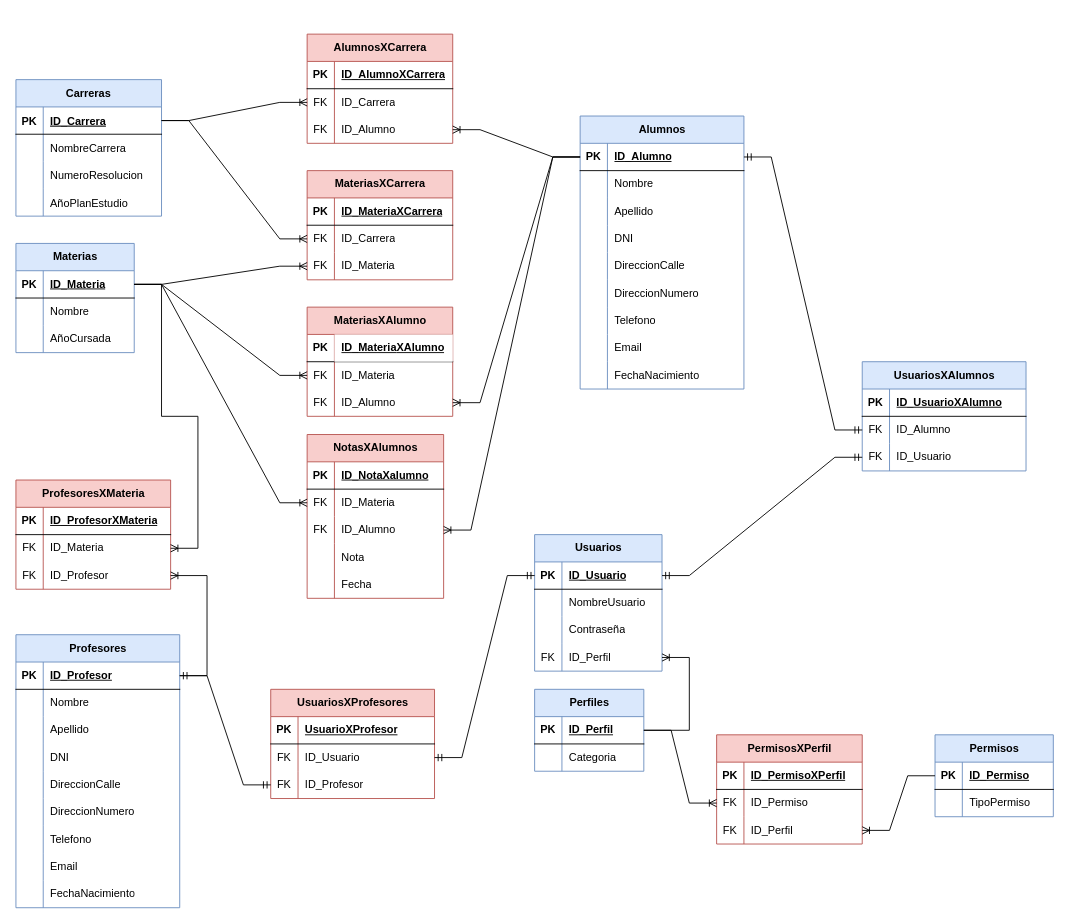
LeoTolussoG/Hilet keeps this draw.io diagram as Proyecto final/Diagrama sin título.drawio. Above is the earlier version. Source tidied: cells renumbered, new cells numbered last; positions are measured from the earlier drawing's top-left corner, leaving out a move shared by most shapes. Both pictures are drawn from the tidied source at 91%, with x=0, y=0 at pixel (15, 34).
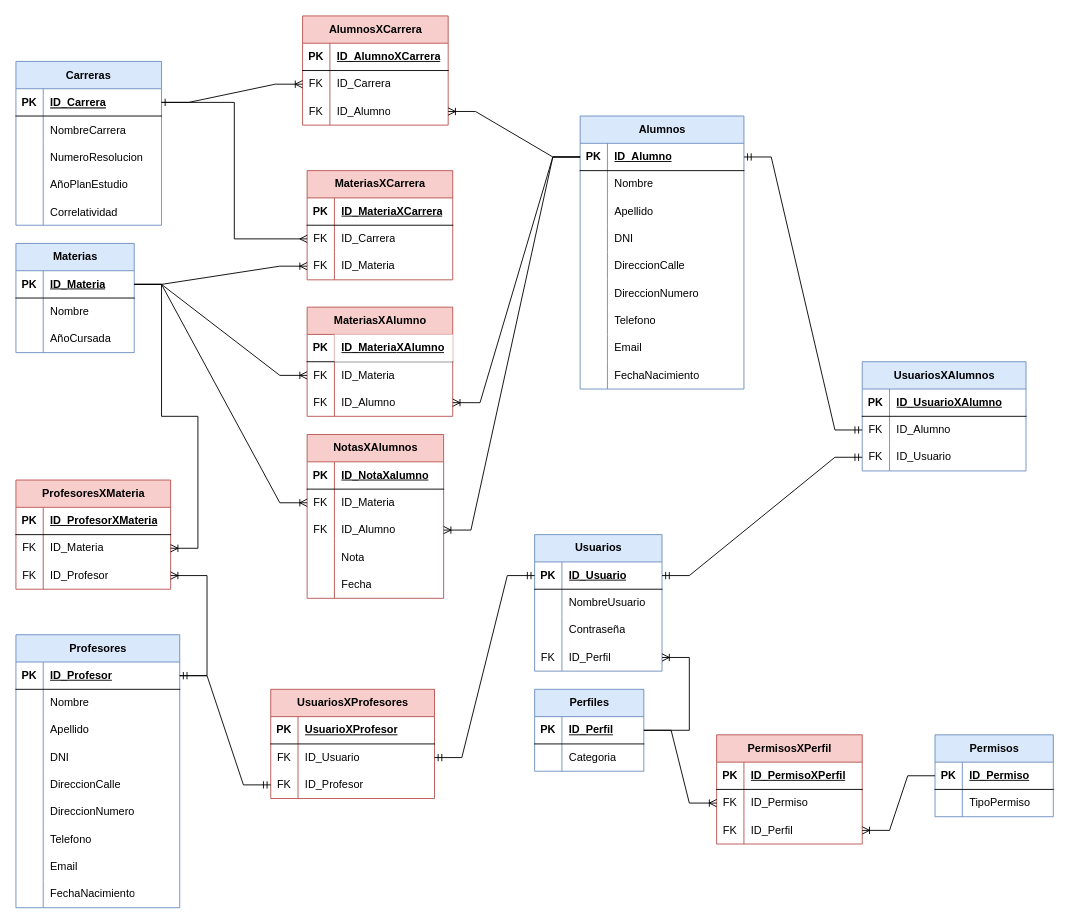
The same diagram, later.

The change refers to these unchanged cells:
```xml
<mxCell id="3" style="shape=partialRectangle;fillColor=none;points=[[0,0.5],[1,0.5]];portConstraint=eastwest;top=0;left=0;right=0;bottom=1;" parent="2" vertex="1">
  <mxGeometry y="30" width="160" height="30" as="geometry" />
</mxCell>
<mxCell id="29" style="shape=tableRow;horizontal=0;startSize=0;swimlaneHead=0;swimlaneBody=0;fillColor=none;points=[[0,0.5],[1,0.5]];portConstraint=eastwest;top=0;left=0;right=0;bottom=0;" parent="25" vertex="1">
  <mxGeometry y="60" width="160" height="30" as="geometry" />
</mxCell>
```

Diff of the diagram source:
```diff
@@
     <mxCell id="2" value="Carreras" style="shape=table;startSize=30;childLayout=tableLayout;rowLines=0;fontStyle=1;align=center;fillColor=#dae8fc;strokeColor=#6c8ebf;" parent="1" vertex="1">
-      <mxGeometry y="50" width="160" height="150" as="geometry" />
+      <mxGeometry y="30" width="160" height="180" as="geometry" />
     </mxCell>
@@
+    <mxCell id="211" style="shape=partialRectangle;fillColor=none;top=0;left=0;right=0;bottom=0;" parent="2" vertex="1">
+      <mxGeometry y="150" width="160" height="30" as="geometry" />
+    </mxCell>
+    <mxCell id="212" style="shape=partialRectangle;overflow=hidden;fillColor=none;top=0;left=0;bottom=0;right=0;" parent="211" vertex="1">
+      <mxGeometry width="30" height="30" as="geometry" />
+    </mxCell>
+    <mxCell id="213" value="Correlatividad" style="shape=partialRectangle;overflow=hidden;fillColor=none;top=0;left=0;bottom=0;right=0;align=left;spacingLeft=6;" parent="211" vertex="1">
+      <mxGeometry x="30" width="130" height="30" as="geometry" />
+    </mxCell>
     <mxCell id="15" value="AlumnosXCarrera" style="shape=table;startSize=30;childLayout=tableLayout;rowLines=0;fontStyle=1;align=center;html=1;fillColor=#f8cecc;strokeColor=#b85450;" parent="1" vertex="1">
-      <mxGeometry x="320" width="160" height="120" as="geometry" />
+      <mxGeometry x="315" y="-20" width="160" height="120" as="geometry" />
     </mxCell>
@@
-    <mxCell id="138" style="edgeStyle=entityRelationEdgeStyle;fontSize=12;html=1;endArrow=ERoneToMany;rounded=0;exitX=1;exitY=0.5;exitDx=0;exitDy=0;" parent="1" edge="1" source="3" target="29">
-      <mxGeometry relative="1" as="geometry" />
-    </mxCell>
@@
+    <mxCell id="138" style="edgeStyle=orthogonalEdgeStyle;rounded=0;jettySize=auto;html=1;exitX=1;exitY=0.5;exitDx=0;exitDy=0;entryX=0;entryY=0.5;entryDx=0;entryDy=0;startArrow=ERone;startFill=0;endArrow=ERmany;endFill=0;" parent="1" edge="1" source="3" target="29">
+      <mxGeometry relative="1" as="geometry" />
+    </mxCell>
```
